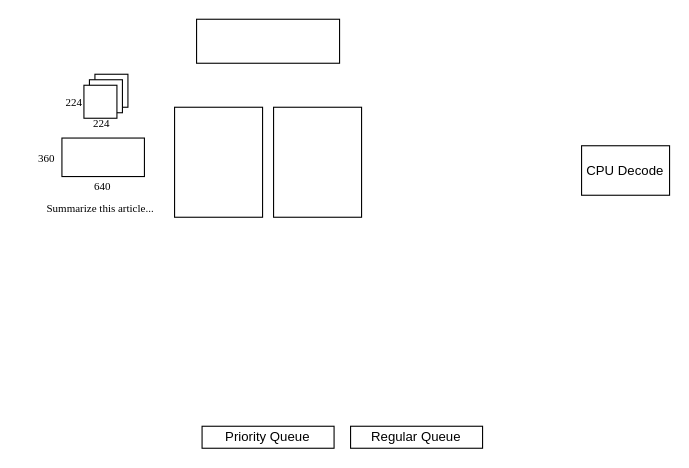
Before: figures/design_schedule.drawio in icszhr/hermes, a draw.io diagram. Source tidied: cells renumbered, new cells numbered last; positions are measured from the earlier drawing's top-left corner, leaving out a move shared by most shapes. Both pictures are drawn from the tidied source at 110%, with x=0, y=0 at pixel (19, 19).
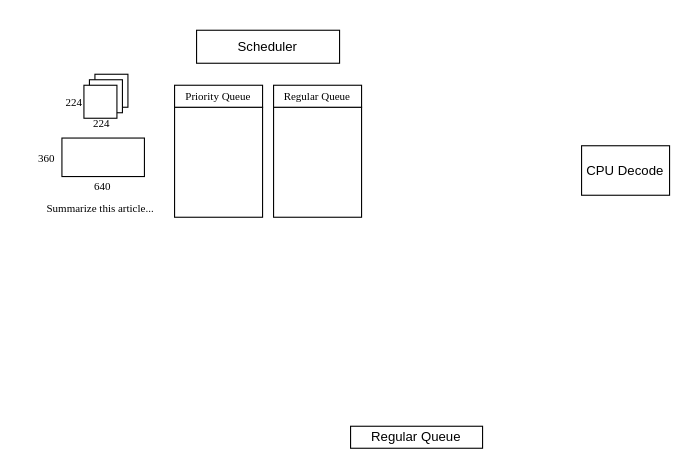
Above is the later version.

The edit, as a diff of the source:
```diff
@@
 <mxGraphModel>
   <root>
     <mxCell id="0" />
     <mxCell id="1" parent="0" />
     <mxCell id="2" style="rounded=0;whiteSpace=wrap;html=1;" parent="1" vertex="1">
       <mxGeometry x="141.2" y="80" width="80" height="100" as="geometry" />
     </mxCell>
     <mxCell id="3" style="rounded=0;whiteSpace=wrap;html=1;" parent="1" vertex="1">
       <mxGeometry x="231.2" y="80" width="80" height="100" as="geometry" />
     </mxCell>
-    <mxCell id="4" style="rounded=0;whiteSpace=wrap;html=1;" parent="1" vertex="1">
-      <mxGeometry x="161.2" width="130" height="40" as="geometry" />
+    <mxCell id="4" value="Scheduler" style="rounded=0;whiteSpace=wrap;html=1;" parent="1" vertex="1">
+      <mxGeometry x="161.2" y="10" width="130" height="30" as="geometry" />
     </mxCell>
-    <mxCell id="5" value="Priority Queue" style="rounded=0;whiteSpace=wrap;html=1;" parent="1" vertex="1">
-      <mxGeometry x="166.2" y="370" width="120" height="20" as="geometry" />
+    <mxCell id="5" value="Priority Queue" style="rounded=0;whiteSpace=wrap;html=1;fontSize=10;fontFamily=Times New Roman;" parent="1" vertex="1">
+      <mxGeometry x="141.2" y="60" width="80" height="20" as="geometry" />
     </mxCell>
     <mxCell id="6" value="Regular Queue" style="rounded=0;whiteSpace=wrap;html=1;" parent="1" vertex="1">
       <mxGeometry x="301.2" y="370" width="120" height="20" as="geometry" />
     </mxCell>
     <mxCell id="7" value="CPU Decode" style="rounded=0;whiteSpace=wrap;html=1;" parent="1" vertex="1">
       <mxGeometry x="511.2" y="115" width="80" height="45" as="geometry" />
     </mxCell>
     <mxCell id="8" style="rounded=0;whiteSpace=wrap;html=1;" parent="1" vertex="1">
       <mxGeometry x="68.8" y="50" width="30" height="30" as="geometry" />
     </mxCell>
     <mxCell id="9" style="rounded=0;whiteSpace=wrap;html=1;" parent="1" vertex="1">
       <mxGeometry x="63.8" y="55" width="30" height="30" as="geometry" />
     </mxCell>
     <mxCell id="10" style="rounded=0;whiteSpace=wrap;html=1;" parent="1" vertex="1">
       <mxGeometry x="58.8" y="60" width="30" height="30" as="geometry" />
     </mxCell>
     <mxCell id="11" style="rounded=0;whiteSpace=wrap;html=1;fontSize=10;fontFamily=Times New Roman;" parent="1" vertex="1">
       <mxGeometry x="38.8" y="108" width="75" height="35" as="geometry" />
     </mxCell>
     <mxCell id="12" value="Summarize this article..." style="text;html=1;whiteSpace=wrap;strokeColor=none;fillColor=none;align=center;verticalAlign=middle;rounded=0;fontSize=10;fontFamily=Times New Roman;" parent="1" vertex="1">
       <mxGeometry y="157" width="147.5" height="30" as="geometry" />
     </mxCell>
     <mxCell id="13" value="640" style="text;html=1;whiteSpace=wrap;strokeColor=none;fillColor=none;align=center;verticalAlign=middle;rounded=0;fontSize=10;fontFamily=Times New Roman;" parent="1" vertex="1">
       <mxGeometry x="61.2" y="143" width="30" height="17" as="geometry" />
     </mxCell>
     <mxCell id="14" value="360" style="text;html=1;whiteSpace=wrap;strokeColor=none;fillColor=none;align=center;verticalAlign=middle;rounded=0;fontSize=10;fontFamily=Times New Roman;" parent="1" vertex="1">
       <mxGeometry x="11.2" y="116.8" width="27.5" height="17.5" as="geometry" />
     </mxCell>
     <mxCell id="15" value="224" style="text;html=1;whiteSpace=wrap;strokeColor=none;fillColor=none;align=center;verticalAlign=middle;rounded=0;fontSize=10;fontFamily=Times New Roman;" parent="1" vertex="1">
       <mxGeometry x="36.2" y="66.2" width="27.5" height="17.5" as="geometry" />
     </mxCell>
     <mxCell id="16" value="224" style="text;html=1;whiteSpace=wrap;strokeColor=none;fillColor=none;align=center;verticalAlign=middle;rounded=0;fontSize=10;fontFamily=Times New Roman;" parent="1" vertex="1">
       <mxGeometry x="61.2" y="85" width="27.5" height="17.5" as="geometry" />
     </mxCell>
+    <mxCell id="17" value="Regular Queue" style="rounded=0;whiteSpace=wrap;html=1;fontSize=10;fontFamily=Times New Roman;" parent="1" vertex="1">
+      <mxGeometry x="231.2" y="60" width="80" height="20" as="geometry" />
+    </mxCell>
   </root>
 </mxGraphModel>
```
